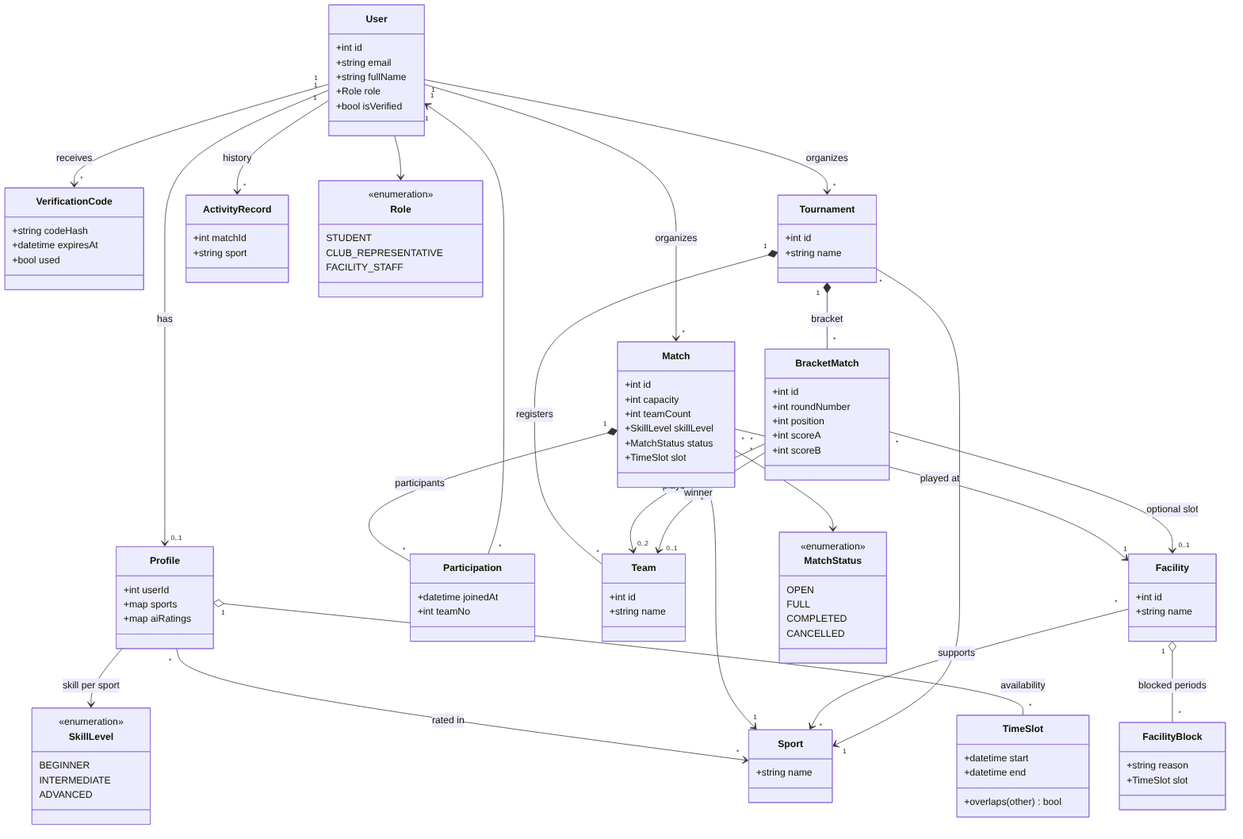
The Mermaid diagram docs/analysis/data/domain_class_model.png in emir-heval-arda-harun/CMPE-331-project, before a commit. Its source is kept beside it as docs/analysis/data/domain_class_model.mmd.
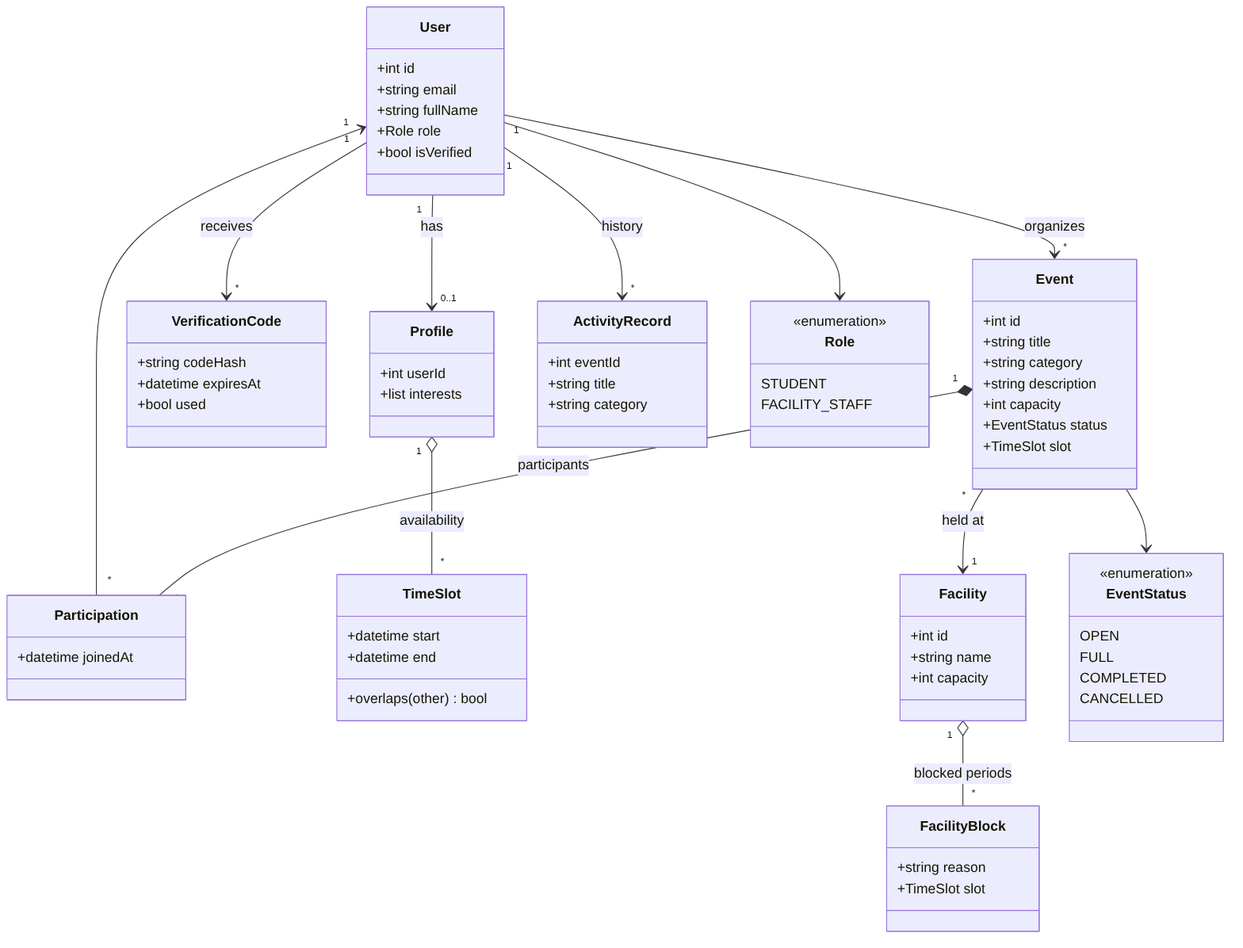
The same diagram one commit later.

Diff of the diagram source:
```diff
@@ -8,11 +8,7 @@
     }
     class Profile {
         +int userId
-        +map sports
-        +map aiRatings
-    }
-    class Sport {
-        +string name
+        +list interests
     }
     class VerificationCode {
         +string codeHash
@@ -21,11 +17,6 @@
     }
     class Participation {
         +datetime joinedAt
-        +int teamNo
-    }
-    class Team {
-        +int id
-        +string name
     }
     class TimeSlot {
         +datetime start
@@ -35,47 +26,32 @@
     class Facility {
         +int id
         +string name
+        +int capacity
     }
     class FacilityBlock {
         +string reason
         +TimeSlot slot
     }
-    class Match {
+    class Event {
         +int id
+        +string title
+        +string category
+        +string description
         +int capacity
-        +int teamCount
-        +SkillLevel skillLevel
-        +MatchStatus status
+        +EventStatus status
         +TimeSlot slot
     }
-    class Tournament {
-        +int id
-        +string name
-    }
-    class BracketMatch {
-        +int id
-        +int roundNumber
-        +int position
-        +int scoreA
-        +int scoreB
-    }
     class ActivityRecord {
-        +int matchId
-        +string sport
+        +int eventId
+        +string title
+        +string category
     }
     class Role {
         <<enumeration>>
         STUDENT
-        CLUB_REPRESENTATIVE
         FACILITY_STAFF
     }
-    class SkillLevel {
-        <<enumeration>>
-        BEGINNER
-        INTERMEDIATE
-        ADVANCED
-    }
-    class MatchStatus {
+    class EventStatus {
         <<enumeration>>
         OPEN
         FULL
@@ -86,22 +62,11 @@
     User "1" --> "0..1" Profile : has
     User --> Role
     User "1" --> "*" VerificationCode : receives
-    Profile --> SkillLevel : skill per sport
-    Profile "*" --> "*" Sport : rated in
     Profile "1" o-- "*" TimeSlot : availability
-    User "1" --> "*" Match : organizes
-    Match "1" *-- "*" Participation : participants
+    User "1" --> "*" Event : organizes
+    Event "1" *-- "*" Participation : participants
     Participation "*" --> "1" User
-    Match "*" --> "1" Sport
-    Match "*" --> "1" Facility : played at
-    Match --> MatchStatus
-    Facility "*" --> "*" Sport : supports
+    Event "*" --> "1" Facility : held at
+    Event --> EventStatus
     Facility "1" o-- "*" FacilityBlock : blocked periods
-    User "1" --> "*" Tournament : organizes
-    Tournament "1" *-- "*" Team : registers
-    Tournament "*" --> "1" Sport
-    Tournament "1" *-- "*" BracketMatch : bracket
-    BracketMatch "*" --> "0..2" Team : plays
-    BracketMatch "*" --> "0..1" Team : winner
-    BracketMatch "*" --> "0..1" Facility : optional slot
     User "1" --> "*" ActivityRecord : history
```
